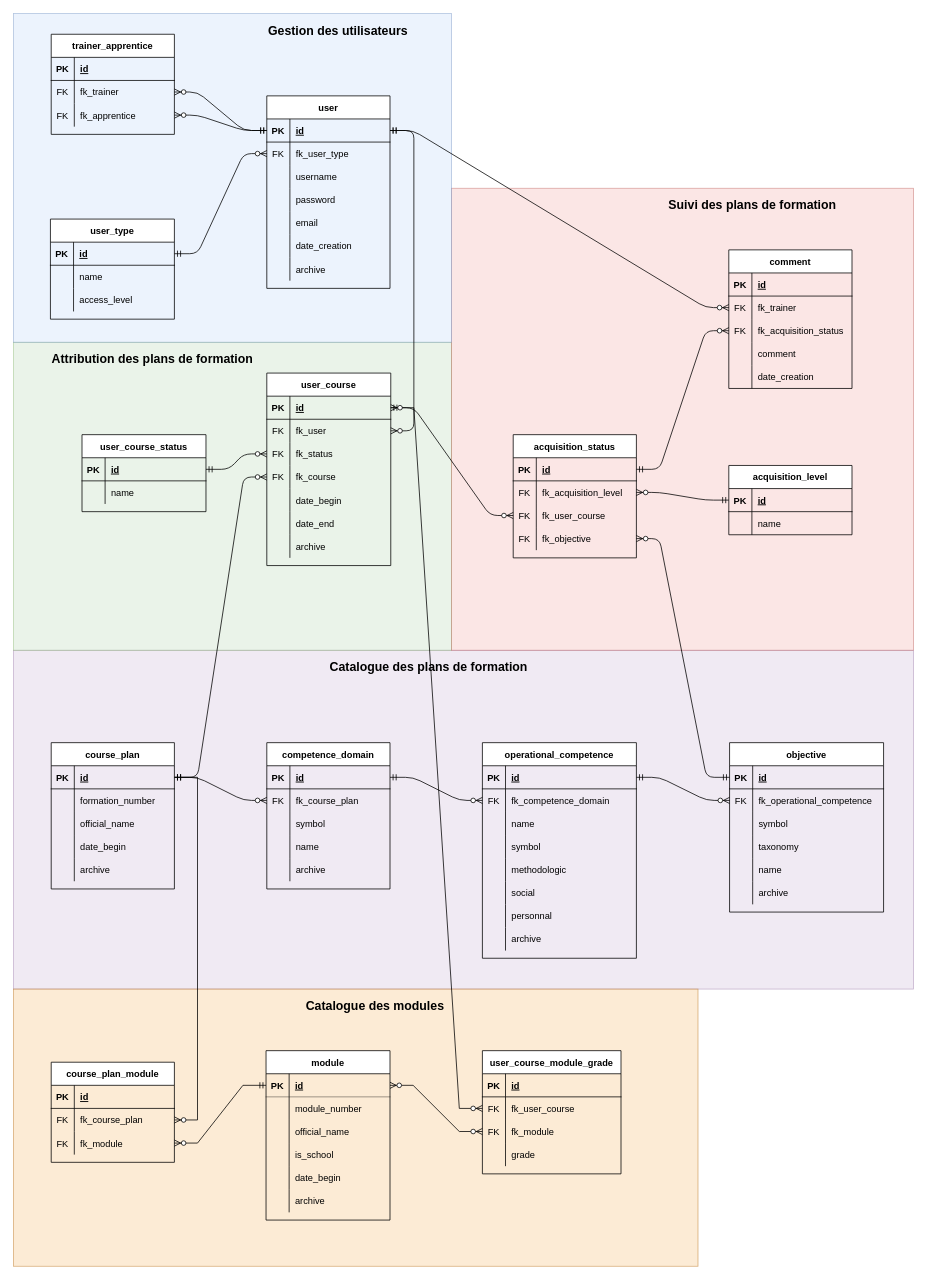
Above: documentation/db_plafor.drawio in benmoumene/manage-course-codeigniter-4 (draw.io), before the change. Source tidied: cells renumbered, new cells numbered last; positions are measured from the earlier drawing's top-left corner, leaving out a move shared by most shapes. Both pictures are drawn from the tidied source at 77%, with x=0, y=0 at pixel (13, 13).
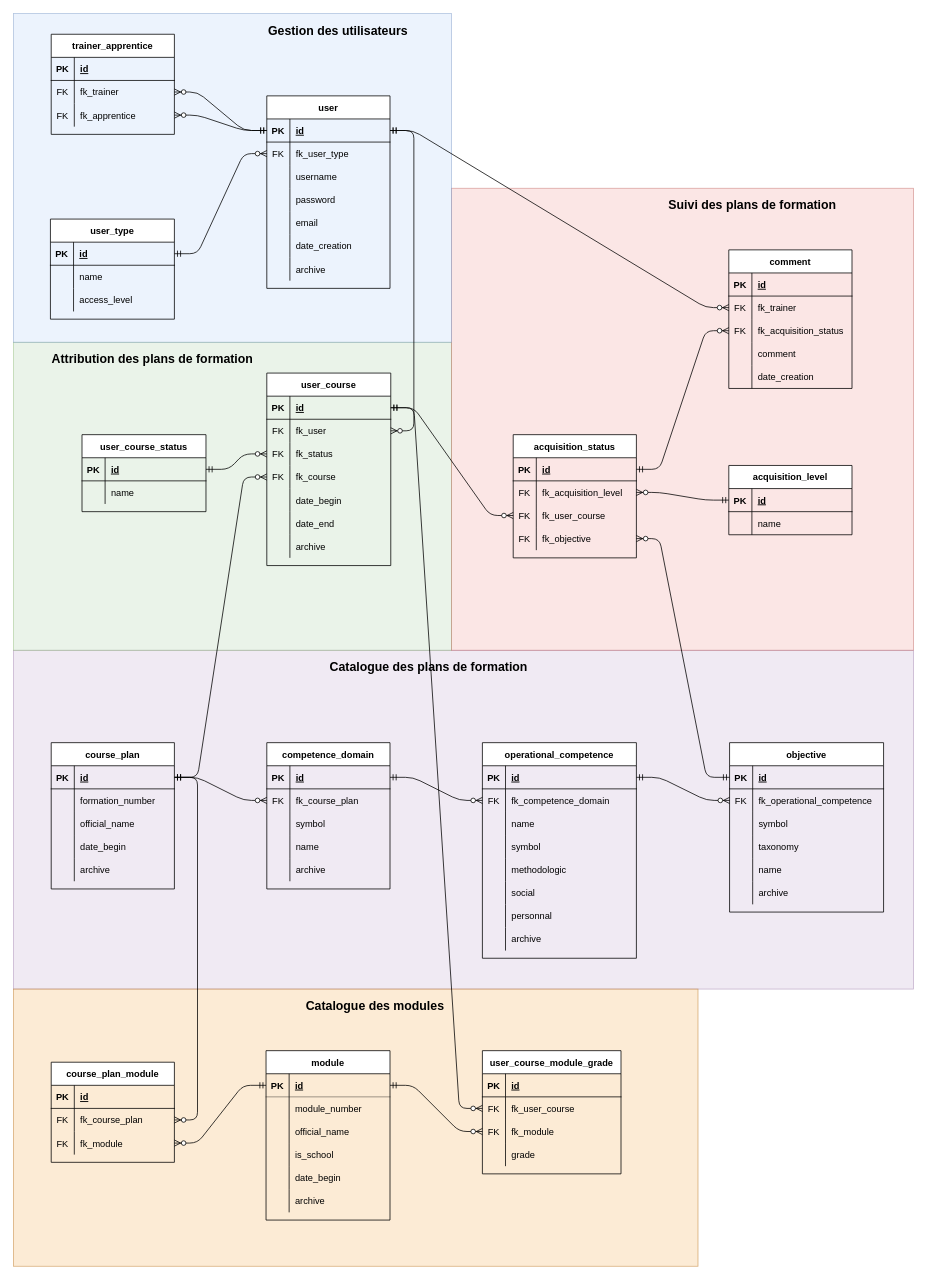
Above is the later version.

Commit message:
Update database schema relations

The change refers to these unchanged cells:
```xml
<mxCell id="5" style="shape=partialRectangle;fillColor=none;top=0;left=0;bottom=1;right=0;points=[[0,0.5],[1,0.5]];portConstraint=eastwest;" parent="4" vertex="1">
  <mxGeometry y="30" width="161" height="30" as="geometry" />
</mxCell>
<mxCell id="142" style="shape=partialRectangle;fillColor=none;top=0;left=0;bottom=1;right=0;points=[[0,0.5],[1,0.5]];portConstraint=eastwest;" parent="141" vertex="1">
  <mxGeometry y="30" width="160" height="30" as="geometry" />
</mxCell>
<mxCell id="209" style="shape=tableRow;horizontal=0;startSize=0;swimlaneHead=0;swimlaneBody=0;fillColor=none;points=[[0,0.5],[1,0.5]];portConstraint=eastwest;top=0;left=0;right=0;bottom=1;opacity=50;" parent="208" vertex="1">
  <mxGeometry y="30" width="161" height="30" as="geometry" />
</mxCell>
<mxCell id="231" style="shape=tableRow;horizontal=0;startSize=0;swimlaneHead=0;swimlaneBody=0;fillColor=none;points=[[0,0.5],[1,0.5]];portConstraint=eastwest;top=0;left=0;right=0;bottom=0;rounded=0;shadow=0;sketch=0;" parent="227" vertex="1">
  <mxGeometry y="60" width="160" height="30" as="geometry" />
</mxCell>
<mxCell id="234" style="shape=tableRow;horizontal=0;startSize=0;swimlaneHead=0;swimlaneBody=0;fillColor=none;points=[[0,0.5],[1,0.5]];portConstraint=eastwest;top=0;left=0;right=0;bottom=0;rounded=0;shadow=0;sketch=0;" parent="227" vertex="1">
  <mxGeometry y="90" width="160" height="30" as="geometry" />
</mxCell>
<mxCell id="244" style="shape=tableRow;horizontal=0;startSize=0;swimlaneHead=0;swimlaneBody=0;fillColor=none;points=[[0,0.5],[1,0.5]];portConstraint=eastwest;top=0;left=0;right=0;bottom=0;" parent="240" vertex="1">
  <mxGeometry y="60" width="180" height="30" as="geometry" />
</mxCell>
<mxCell id="247" style="shape=tableRow;horizontal=0;startSize=0;swimlaneHead=0;swimlaneBody=0;fillColor=none;points=[[0,0.5],[1,0.5]];portConstraint=eastwest;top=0;left=0;right=0;bottom=0;" parent="240" vertex="1">
  <mxGeometry y="90" width="180" height="30" as="geometry" />
</mxCell>
```

Diff of the diagram source:
```diff
@@
-    <mxCell id="237" style="edgeStyle=entityRelationEdgeStyle;fontSize=12;html=1;endArrow=ERzeroToMany;startArrow=ERmandOne;rounded=0;" parent="1" edge="1" source="142" target="231">
+    <mxCell id="237" style="edgeStyle=entityRelationEdgeStyle;fontSize=12;html=1;endArrow=ERzeroToMany;startArrow=ERmandOne;rounded=1;" parent="1" edge="1" source="142" target="231">
       <mxGeometry relative="1" as="geometry" />
     </mxCell>
-    <mxCell id="238" style="edgeStyle=entityRelationEdgeStyle;fontSize=12;html=1;endArrow=ERzeroToMany;startArrow=ERmandOne;rounded=0;" parent="1" edge="1" source="209" target="234">
+    <mxCell id="238" style="edgeStyle=entityRelationEdgeStyle;fontSize=12;html=1;endArrow=ERzeroToMany;startArrow=ERmandOne;rounded=1;" parent="1" edge="1" source="209" target="234">
       <mxGeometry relative="1" as="geometry" />
     </mxCell>
@@
+    <mxCell id="254" style="edgeStyle=entityRelationEdgeStyle;fontSize=12;html=1;endArrow=ERzeroToMany;endFill=1;startArrow=ERmandOne;rounded=1;startFill=0;" parent="1" edge="1" source="5" target="244">
+      <mxGeometry relative="1" as="geometry" />
+    </mxCell>
-    <mxCell id="253" style="edgeStyle=entityRelationEdgeStyle;fontSize=12;html=1;endArrow=ERzeroToMany;endFill=1;startArrow=ERzeroToMany;rounded=0;" parent="1" edge="1" source="209" target="247">
+    <mxCell id="253" style="edgeStyle=entityRelationEdgeStyle;fontSize=12;html=1;endArrow=ERzeroToMany;startArrow=ERmandOne;rounded=1;" parent="1" edge="1" source="209" target="247">
       <mxGeometry relative="1" as="geometry" />
     </mxCell>
-    <mxCell id="254" style="edgeStyle=entityRelationEdgeStyle;fontSize=12;html=1;endArrow=ERzeroToMany;endFill=1;startArrow=ERzeroToMany;rounded=0;" parent="1" edge="1" source="5" target="244">
-      <mxGeometry relative="1" as="geometry" />
-    </mxCell>
```
